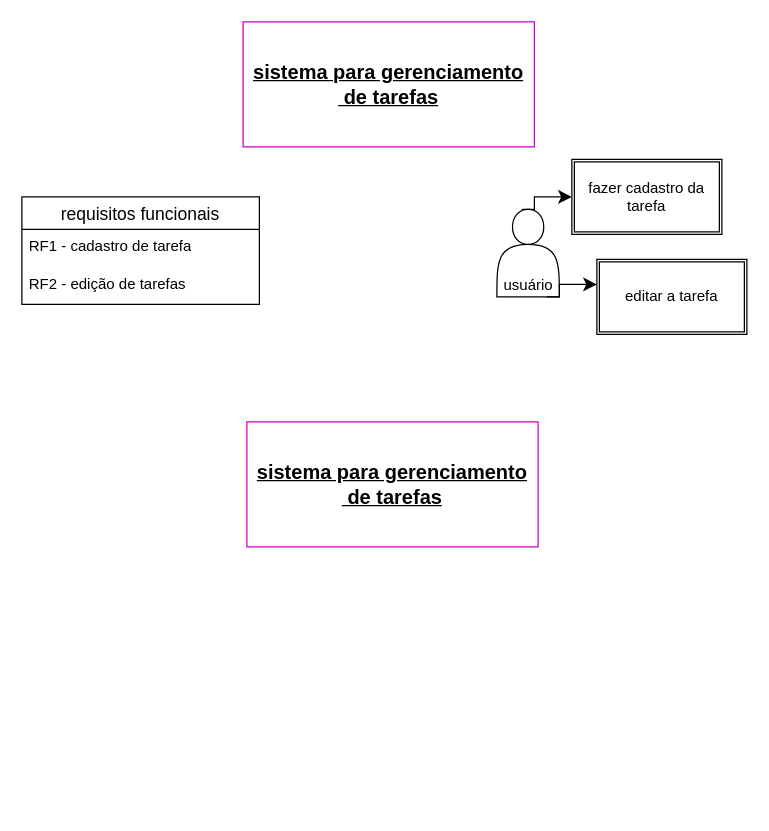
Before: page "Página-7" (6 of 6) of diagramanovo.drawio in brenndabhhe/diagramasderequisitos-, a draw.io diagram. Source tidied: cells renumbered, new cells numbered last; positions are measured from the earlier drawing's top-left corner, leaving out a move shared by most shapes. Both pictures are drawn from the tidied source at 125%, with x=0, y=0 at pixel (21, 21).
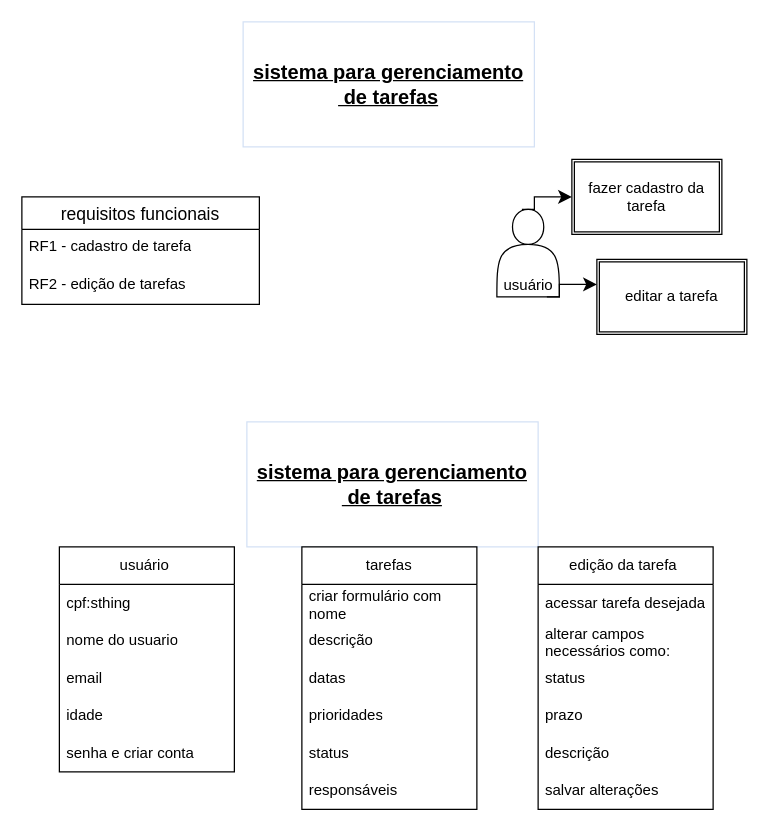
The same page after the edit.

The edit, as a diff of the source:
```diff
@@
-    <mxCell id="2" value="&lt;font size=&quot;3&quot;&gt;&lt;b&gt;&lt;u&gt;sistema para gerenciamento&lt;/u&gt;&lt;/b&gt;&lt;/font&gt;&lt;div&gt;&lt;font size=&quot;3&quot;&gt;&lt;b&gt;&lt;u&gt;&amp;nbsp;de tarefas&lt;/u&gt;&lt;/b&gt;&lt;/font&gt;&lt;/div&gt;" style="text;html=1;align=center;verticalAlign=middle;whiteSpace=wrap;rounded=0;strokeColor=#CC00CC;" parent="1" vertex="1">
+    <mxCell id="2" value="&lt;font size=&quot;3&quot;&gt;&lt;b&gt;&lt;u&gt;sistema para gerenciamento&lt;/u&gt;&lt;/b&gt;&lt;/font&gt;&lt;div&gt;&lt;font size=&quot;3&quot;&gt;&lt;b&gt;&lt;u&gt;&amp;nbsp;de tarefas&lt;/u&gt;&lt;/b&gt;&lt;/font&gt;&lt;/div&gt;" style="text;html=1;align=center;verticalAlign=middle;whiteSpace=wrap;rounded=0;strokeColor=#D4E1F5;" parent="1" vertex="1">
       <mxGeometry x="177" width="233" height="100" as="geometry" />
     </mxCell>
@@
-    <mxCell id="12" value="&lt;font size=&quot;3&quot;&gt;&lt;b&gt;&lt;u&gt;sistema para gerenciamento&lt;/u&gt;&lt;/b&gt;&lt;/font&gt;&lt;div&gt;&lt;font size=&quot;3&quot;&gt;&lt;b&gt;&lt;u&gt;&amp;nbsp;de tarefas&lt;/u&gt;&lt;/b&gt;&lt;/font&gt;&lt;/div&gt;" style="text;html=1;align=center;verticalAlign=middle;whiteSpace=wrap;rounded=0;strokeColor=#CC00CC;" parent="1" vertex="1">
+    <mxCell id="12" value="&lt;font size=&quot;3&quot;&gt;&lt;b&gt;&lt;u&gt;sistema para gerenciamento&lt;/u&gt;&lt;/b&gt;&lt;/font&gt;&lt;div&gt;&lt;font size=&quot;3&quot;&gt;&lt;b&gt;&lt;u&gt;&amp;nbsp;de tarefas&lt;/u&gt;&lt;/b&gt;&lt;/font&gt;&lt;/div&gt;" style="text;html=1;align=center;verticalAlign=middle;whiteSpace=wrap;rounded=0;strokeColor=#D4E1F5;" parent="1" vertex="1">
       <mxGeometry x="180" y="320" width="233" height="100" as="geometry" />
     </mxCell>
+    <mxCell id="13" value="tarefas" style="swimlane;fontStyle=0;horizontal=1;startSize=30;whiteSpace=wrap;html=1;" parent="1" vertex="1">
+      <mxGeometry x="224" y="420" width="140" height="210" as="geometry" />
+    </mxCell>
+    <mxCell id="14" value="criar formulário com nome&amp;nbsp;" style="text;strokeColor=none;fillColor=none;align=left;verticalAlign=middle;spacingLeft=4;spacingRight=4;overflow=hidden;whiteSpace=wrap;html=1;" parent="13" vertex="1">
+      <mxGeometry y="30" width="140" height="30" as="geometry" />
+    </mxCell>
+    <mxCell id="15" value="descrição" style="text;strokeColor=none;fillColor=none;align=left;verticalAlign=middle;spacingLeft=4;spacingRight=4;overflow=hidden;whiteSpace=wrap;html=1;" parent="13" vertex="1">
+      <mxGeometry y="60" width="140" height="30" as="geometry" />
+    </mxCell>
+    <mxCell id="16" value="datas" style="text;strokeColor=none;fillColor=none;align=left;verticalAlign=middle;spacingLeft=4;spacingRight=4;overflow=hidden;whiteSpace=wrap;html=1;" parent="13" vertex="1">
+      <mxGeometry y="90" width="140" height="30" as="geometry" />
+    </mxCell>
+    <mxCell id="17" value="prioridades" style="text;strokeColor=none;fillColor=none;align=left;verticalAlign=middle;spacingLeft=4;spacingRight=4;overflow=hidden;whiteSpace=wrap;html=1;" parent="13" vertex="1">
+      <mxGeometry y="120" width="140" height="30" as="geometry" />
+    </mxCell>
+    <mxCell id="18" value="status" style="text;strokeColor=none;fillColor=none;align=left;verticalAlign=middle;spacingLeft=4;spacingRight=4;overflow=hidden;whiteSpace=wrap;html=1;" parent="13" vertex="1">
+      <mxGeometry y="150" width="140" height="30" as="geometry" />
+    </mxCell>
+    <mxCell id="19" value="responsáveis&amp;nbsp;" style="text;strokeColor=none;fillColor=none;align=left;verticalAlign=middle;spacingLeft=4;spacingRight=4;overflow=hidden;whiteSpace=wrap;html=1;" parent="13" vertex="1">
+      <mxGeometry y="180" width="140" height="30" as="geometry" />
+    </mxCell>
+    <mxCell id="20" value="edição da tarefa&amp;nbsp;" style="swimlane;fontStyle=0;horizontal=1;startSize=30;whiteSpace=wrap;html=1;" parent="1" vertex="1">
+      <mxGeometry x="413" y="420" width="140" height="210" as="geometry" />
+    </mxCell>
+    <mxCell id="21" value="acessar tarefa desejada" style="text;strokeColor=none;fillColor=none;align=left;verticalAlign=middle;spacingLeft=4;spacingRight=4;overflow=hidden;whiteSpace=wrap;html=1;" parent="20" vertex="1">
+      <mxGeometry y="30" width="140" height="30" as="geometry" />
+    </mxCell>
+    <mxCell id="22" value="alterar campos necessários como:" style="text;strokeColor=none;fillColor=none;align=left;verticalAlign=middle;spacingLeft=4;spacingRight=4;overflow=hidden;whiteSpace=wrap;html=1;" parent="20" vertex="1">
+      <mxGeometry y="60" width="140" height="30" as="geometry" />
+    </mxCell>
+    <mxCell id="23" value="status" style="text;strokeColor=none;fillColor=none;align=left;verticalAlign=middle;spacingLeft=4;spacingRight=4;overflow=hidden;whiteSpace=wrap;html=1;" parent="20" vertex="1">
+      <mxGeometry y="90" width="140" height="30" as="geometry" />
+    </mxCell>
+    <mxCell id="24" value="prazo" style="text;strokeColor=none;fillColor=none;align=left;verticalAlign=middle;spacingLeft=4;spacingRight=4;overflow=hidden;whiteSpace=wrap;html=1;" parent="20" vertex="1">
+      <mxGeometry y="120" width="140" height="30" as="geometry" />
+    </mxCell>
+    <mxCell id="25" value="descrição&amp;nbsp;" style="text;strokeColor=none;fillColor=none;align=left;verticalAlign=middle;spacingLeft=4;spacingRight=4;overflow=hidden;whiteSpace=wrap;html=1;" parent="20" vertex="1">
+      <mxGeometry y="150" width="140" height="30" as="geometry" />
+    </mxCell>
+    <mxCell id="26" value="salvar alterações&amp;nbsp;" style="text;strokeColor=none;fillColor=none;align=left;verticalAlign=middle;spacingLeft=4;spacingRight=4;overflow=hidden;whiteSpace=wrap;html=1;" parent="20" vertex="1">
+      <mxGeometry y="180" width="140" height="30" as="geometry" />
+    </mxCell>
+    <mxCell id="27" value="usuário&amp;nbsp;" style="swimlane;fontStyle=0;horizontal=1;startSize=30;whiteSpace=wrap;html=1;" parent="1" vertex="1">
+      <mxGeometry x="30" y="420" width="140" height="180" as="geometry" />
+    </mxCell>
+    <mxCell id="28" value="cpf:sthing" style="text;strokeColor=none;fillColor=none;align=left;verticalAlign=middle;spacingLeft=4;spacingRight=4;overflow=hidden;whiteSpace=wrap;html=1;" parent="27" vertex="1">
+      <mxGeometry y="30" width="140" height="30" as="geometry" />
+    </mxCell>
+    <mxCell id="29" value="nome do usuario" style="text;strokeColor=none;fillColor=none;align=left;verticalAlign=middle;spacingLeft=4;spacingRight=4;overflow=hidden;whiteSpace=wrap;html=1;" parent="27" vertex="1">
+      <mxGeometry y="60" width="140" height="30" as="geometry" />
+    </mxCell>
+    <mxCell id="30" value="email" style="text;strokeColor=none;fillColor=none;align=left;verticalAlign=middle;spacingLeft=4;spacingRight=4;overflow=hidden;whiteSpace=wrap;html=1;" parent="27" vertex="1">
+      <mxGeometry y="90" width="140" height="30" as="geometry" />
+    </mxCell>
+    <mxCell id="31" value="idade" style="text;strokeColor=none;fillColor=none;align=left;verticalAlign=middle;spacingLeft=4;spacingRight=4;overflow=hidden;whiteSpace=wrap;html=1;" parent="27" vertex="1">
+      <mxGeometry y="120" width="140" height="30" as="geometry" />
+    </mxCell>
+    <mxCell id="32" value="senha e criar conta" style="text;strokeColor=none;fillColor=none;align=left;verticalAlign=middle;spacingLeft=4;spacingRight=4;overflow=hidden;whiteSpace=wrap;html=1;" parent="27" vertex="1">
+      <mxGeometry y="150" width="140" height="30" as="geometry" />
+    </mxCell>
```
